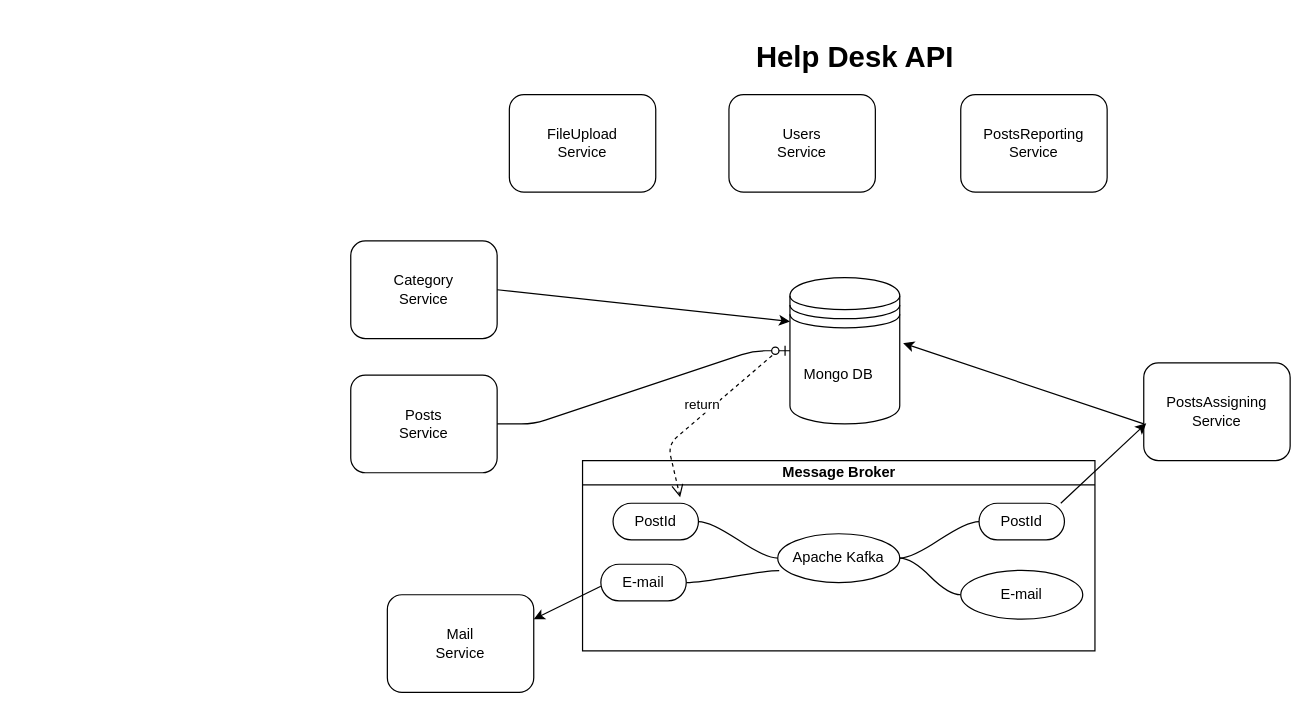
Before: page "Page-1" (1 of 3) of app-diagram.drawio in omertopuz/help-desk-api, a draw.io diagram. Source tidied: cells renumbered, new cells numbered last; positions are measured from the earlier drawing's top-left corner, leaving out a move shared by most shapes. Both pictures are drawn from the tidied source at 122%, with x=0, y=0 at pixel (350, 33).
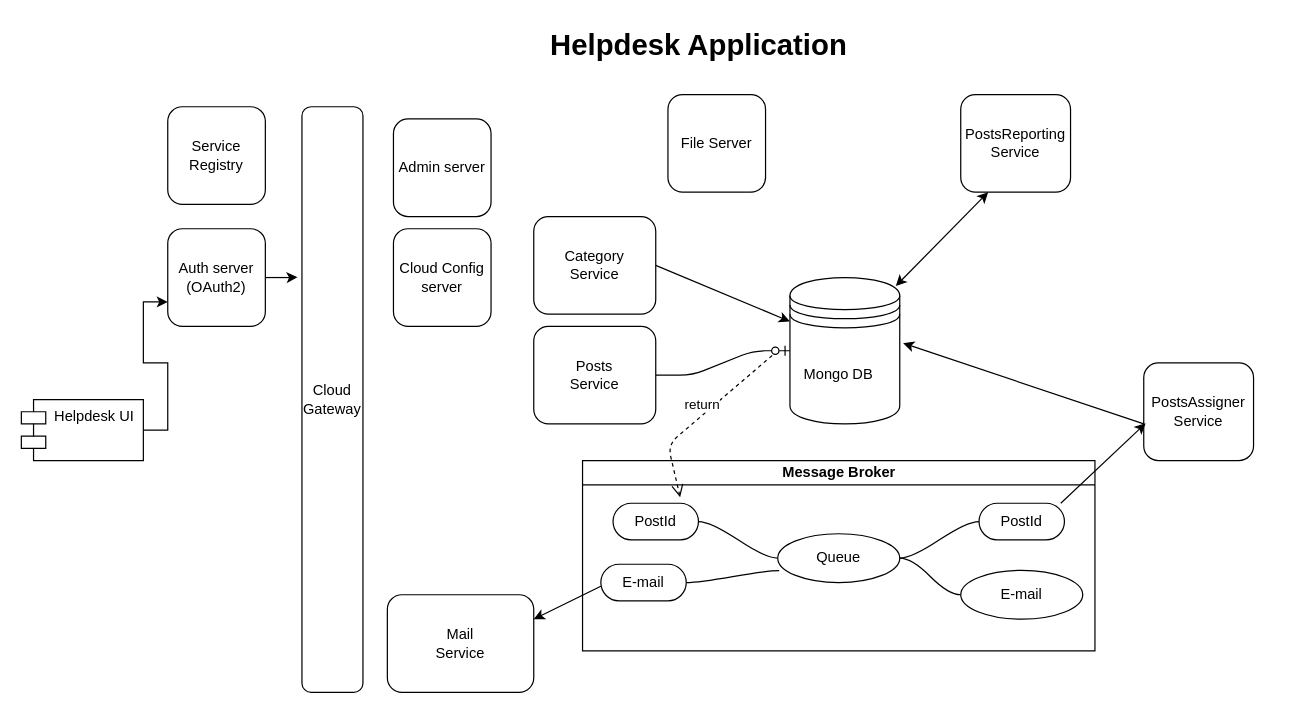
Above is the later version.

Commit message (it also covers changes not shown here):
angular ui and app diagram

The change refers to these unchanged cells:
```xml
<mxCell id="3" style="shape=datastore;whiteSpace=wrap;html=1;" parent="1" vertex="1">
  <mxGeometry x="360" y="200" width="90" height="120" as="geometry" />
</mxCell>
<mxCell id="11" value="Message Broker" style="swimlane;html=1;startSize=20;horizontal=1;containerType=tree;" parent="1" vertex="1">
  <mxGeometry x="190" y="350" width="420" height="156" as="geometry" />
</mxCell>
```

The edit, as a diff of the source:
```diff
@@
-    <mxCell id="2" value="Help Desk API" style="text;strokeColor=none;fillColor=none;html=1;fontSize=24;fontStyle=1;verticalAlign=middle;align=center;" parent="1" vertex="1">
-      <mxGeometry x="295" width="235" height="40" as="geometry" />
+    <mxCell id="2" value="Helpdesk Application" style="text;strokeColor=none;fillColor=none;html=1;fontSize=24;fontStyle=1;verticalAlign=middle;align=center;" parent="1" vertex="1">
+      <mxGeometry x="150" y="-10" width="270" height="40" as="geometry" />
     </mxCell>
@@
     <mxCell id="4" value="Posts&lt;br&gt;Service" style="shape=ext;rounded=1;html=1;whiteSpace=wrap;" parent="1" vertex="1">
-      <mxGeometry y="280" width="120" height="80" as="geometry" />
+      <mxGeometry x="150" y="240" width="100" height="80" as="geometry" />
     </mxCell>
     <mxCell id="5" value="Category&lt;br&gt;Service" style="shape=ext;rounded=1;html=1;whiteSpace=wrap;" parent="1" vertex="1">
-      <mxGeometry y="170" width="120" height="80" as="geometry" />
+      <mxGeometry x="150" y="150" width="100" height="80" as="geometry" />
     </mxCell>
-    <mxCell id="6" value="FileUpload&lt;br&gt;Service" style="shape=ext;rounded=1;html=1;whiteSpace=wrap;" parent="1" vertex="1">
-      <mxGeometry x="130" y="50" width="120" height="80" as="geometry" />
+    <mxCell id="6" value="File Server" style="shape=ext;rounded=1;html=1;whiteSpace=wrap;" parent="1" vertex="1">
+      <mxGeometry x="260" y="50" width="80" height="80" as="geometry" />
     </mxCell>
+    <mxCell id="28" style="edgeStyle=orthogonalEdgeStyle;rounded=0;jettySize=auto;html=1;entryX=-0.072;entryY=0.291;entryDx=0;entryDy=0;entryPerimeter=0;" parent="1" edge="1" source="7" target="30">
+      <mxGeometry relative="1" as="geometry" />
+    </mxCell>
-    <mxCell id="7" value="Users&lt;br&gt;Service" style="shape=ext;rounded=1;html=1;whiteSpace=wrap;" parent="1" vertex="1">
-      <mxGeometry x="310" y="50" width="120" height="80" as="geometry" />
+    <mxCell id="7" value="Auth server&lt;br&gt;(OAuth2)" style="shape=ext;rounded=1;html=1;whiteSpace=wrap;" parent="1" vertex="1">
+      <mxGeometry x="-150" y="160" width="80" height="80" as="geometry" />
     </mxCell>
     <mxCell id="8" value="PostsReporting&lt;br&gt;Service" style="shape=ext;rounded=1;html=1;whiteSpace=wrap;" parent="1" vertex="1">
-      <mxGeometry x="500" y="50" width="120" height="80" as="geometry" />
+      <mxGeometry x="500" y="50" width="90" height="80" as="geometry" />
     </mxCell>
-    <mxCell id="9" value="PostsAssigning&lt;br&gt;Service" style="shape=ext;rounded=1;html=1;whiteSpace=wrap;" parent="1" vertex="1">
-      <mxGeometry x="650" y="270" width="120" height="80" as="geometry" />
+    <mxCell id="9" value="PostsAssigner&lt;br&gt;Service" style="shape=ext;rounded=1;html=1;whiteSpace=wrap;" parent="1" vertex="1">
+      <mxGeometry x="650" y="270" width="90" height="80" as="geometry" />
     </mxCell>
@@
-    <mxCell id="14" value="Apache Kafka" style="ellipse;whiteSpace=wrap;html=1;align=center;newEdgeStyle={&quot;edgeStyle&quot;:&quot;entityRelationEdgeStyle&quot;,&quot;startArrow&quot;:&quot;none&quot;,&quot;endArrow&quot;:&quot;none&quot;,&quot;segment&quot;:10,&quot;curved&quot;:1};" parent="11" vertex="1">
+    <mxCell id="14" value="Queue" style="ellipse;whiteSpace=wrap;html=1;align=center;newEdgeStyle={&quot;edgeStyle&quot;:&quot;entityRelationEdgeStyle&quot;,&quot;startArrow&quot;:&quot;none&quot;,&quot;endArrow&quot;:&quot;none&quot;,&quot;segment&quot;:10,&quot;curved&quot;:1};" parent="11" vertex="1">
       <mxGeometry x="160" y="60" width="100" height="40" as="geometry" />
     </mxCell>
@@
-    <mxCell id="27" style="edgeStyle=entityRelationEdgeStyle;fontSize=12;html=1;endArrow=ERzeroToOne;endFill=1;entryX=0;entryY=0.5;entryDx=0;entryDy=0;" parent="1" edge="1" target="3">
-      <mxGeometry relative="1" as="geometry">
-        <mxPoint x="120" y="320" as="sourcePoint" />
-      </mxGeometry>
+    <mxCell id="27" style="edgeStyle=entityRelationEdgeStyle;fontSize=12;html=1;endArrow=ERzeroToOne;endFill=1;entryX=0;entryY=0.5;entryDx=0;entryDy=0;exitX=1;exitY=0.5;exitDx=0;exitDy=0;" parent="1" edge="1" source="4" target="3">
+      <mxGeometry relative="1" as="geometry" />
     </mxCell>
+    <mxCell id="29" value="Admin server" style="shape=ext;rounded=1;html=1;whiteSpace=wrap;" parent="1" vertex="1">
+      <mxGeometry x="35" y="70" width="80" height="80" as="geometry" />
+    </mxCell>
+    <mxCell id="30" value="Cloud Gateway" style="rounded=1;whiteSpace=wrap;html=1;" parent="1" vertex="1">
+      <mxGeometry x="-40" y="60" width="50" height="480" as="geometry" />
+    </mxCell>
+    <mxCell id="31" style="endArrow=classic;startArrow=classic;html=1;exitX=0.964;exitY=0.058;exitDx=0;exitDy=0;exitPerimeter=0;entryX=0.25;entryY=1;entryDx=0;entryDy=0;" parent="1" edge="1" source="3" target="8">
+      <mxGeometry relative="1" as="geometry" />
+    </mxCell>
+    <mxCell id="32" value="Cloud Config server" style="shape=ext;rounded=1;html=1;whiteSpace=wrap;" parent="1" vertex="1">
+      <mxGeometry x="35" y="160" width="80" height="80" as="geometry" />
+    </mxCell>
+    <mxCell id="33" style="edgeStyle=orthogonalEdgeStyle;rounded=0;jettySize=auto;html=1;entryX=0;entryY=0.75;entryDx=0;entryDy=0;" parent="1" edge="1" source="34" target="7">
+      <mxGeometry relative="1" as="geometry" />
+    </mxCell>
+    <mxCell id="34" value="Helpdesk UI" style="shape=module;align=left;spacingLeft=20;align=center;verticalAlign=top;" parent="1" vertex="1">
+      <mxGeometry x="-270" y="300" width="100" height="50" as="geometry" />
+    </mxCell>
+    <mxCell id="35" value="Service Registry" style="shape=ext;rounded=1;html=1;whiteSpace=wrap;" parent="1" vertex="1">
+      <mxGeometry x="-150" y="60" width="80" height="80" as="geometry" />
+    </mxCell>
```
